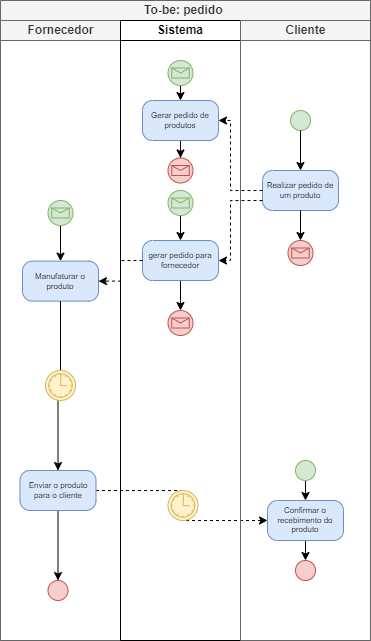
WolWolffz/ThuderBass_Stock keeps this draw.io diagram as Modelos de Processos As-Is e To-Be/ModeloToBe-pedido.png. Above is the earlier version. Source tidied: cells renumbered, new cells last; positions are measured from the earlier drawing's top-left corner, leaving out a move shared by most shapes.
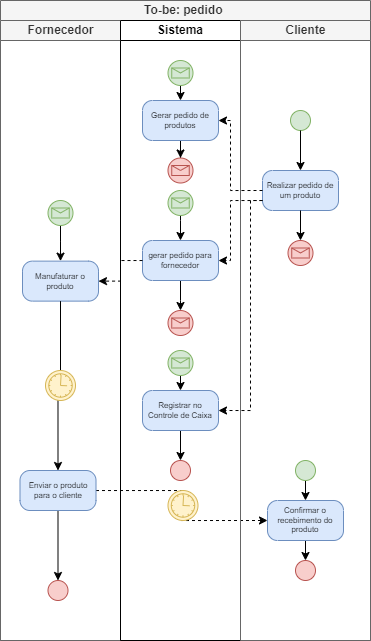
The same diagram one commit later.

What changed in the source:
```diff
@@ -79,6 +79,23 @@
     <mxCell id="24" style="points=[[0.145,0.145,0],[0.5,0,0],[0.855,0.145,0],[1,0.5,0],[0.855,0.855,0],[0.5,1,0],[0.145,0.855,0],[0,0.5,0]];shape=mxgraph.bpmn.event;html=1;verticalLabelPosition=bottom;labelBackgroundColor=#ffffff;verticalAlign=top;align=center;perimeter=ellipsePerimeter;outlineConnect=0;outline=standard;symbol=message;fillColor=#f8cecc;strokeColor=#b85450;" parent="13" vertex="1">
       <mxGeometry x="47.5" y="137.5" width="25" height="25" as="geometry" />
     </mxCell>
+    <mxCell id="39" style="edgeStyle=orthogonalEdgeStyle;rounded=0;jettySize=auto;html=1;entryX=0.5;entryY=1;entryDx=0;entryDy=0;startArrow=classic;startFill=1;endArrow=none;endFill=0;" parent="13" edge="1" source="41">
+      <mxGeometry relative="1" as="geometry">
+        <mxPoint x="60" y="350" as="targetPoint" />
+      </mxGeometry>
+    </mxCell>
+    <mxCell id="40" style="edgeStyle=orthogonalEdgeStyle;rounded=0;jettySize=auto;html=1;entryX=0.5;entryY=0;entryDx=0;entryDy=0;" parent="13" edge="1" source="41" target="43">
+      <mxGeometry relative="1" as="geometry" />
+    </mxCell>
+    <mxCell id="41" value="Registrar no Controle de Caixa" style="points=[[0.25,0,0],[0.5,0,0],[0.75,0,0],[1,0.25,0],[1,0.5,0],[1,0.75,0],[0.75,1,0],[0.5,1,0],[0.25,1,0],[0,0.75,0],[0,0.5,0],[0,0.25,0]];shape=mxgraph.bpmn.task;whiteSpace=wrap;rectStyle=rounded;size=10;html=1;taskMarker=abstract;fillColor=#dae8fc;strokeColor=#6c8ebf;fontSize=8;" parent="13" vertex="1">
+      <mxGeometry x="22" y="370" width="76" height="40" as="geometry" />
+    </mxCell>
+    <mxCell id="42" style="shape=mxgraph.bpmn.event;html=1;verticalLabelPosition=bottom;labelBackgroundColor=#ffffff;verticalAlign=top;align=center;perimeter=ellipsePerimeter;outline=standard;symbol=message;fillColor=#d5e8d4;strokeColor=#82b366;" parent="13" vertex="1">
+      <mxGeometry x="47.5" y="330" width="25" height="25" as="geometry" />
+    </mxCell>
+    <mxCell id="43" style="ellipse;whiteSpace=wrap;html=1;fillColor=#f8cecc;strokeColor=#b85450;" parent="13" vertex="1">
+      <mxGeometry x="50" y="440" width="20" height="20" as="geometry" />
+    </mxCell>
     <mxCell id="25" value="Cliente" style="swimlane;html=1;startSize=20;fillColor=#f5f5f5;fontColor=#333333;strokeColor=#666666;" parent="2" vertex="1">
       <mxGeometry x="240" y="20" width="130" height="620" as="geometry" />
     </mxCell>
@@ -133,5 +150,13 @@
         </Array>
       </mxGeometry>
     </mxCell>
+    <mxCell id="44" style="edgeStyle=orthogonalEdgeStyle;rounded=0;jettySize=auto;html=1;exitX=0;exitY=0.75;exitDx=0;exitDy=0;exitPerimeter=0;entryX=1;entryY=0.5;entryDx=0;entryDy=0;entryPerimeter=0;dashed=1;" parent="2" edge="1" source="27" target="41">
+      <mxGeometry relative="1" as="geometry">
+        <Array as="points">
+          <mxPoint x="250" y="200" />
+          <mxPoint x="250" y="410" />
+        </Array>
+      </mxGeometry>
+    </mxCell>
   </root>
 </mxGraphModel>
```
